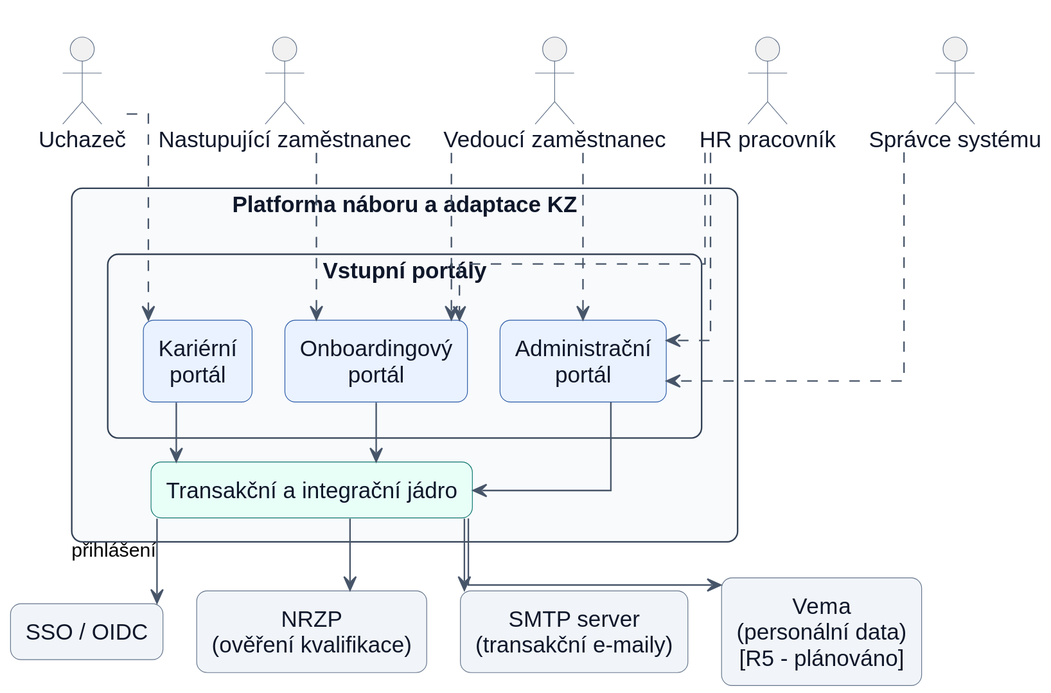
Before: procesy/architecture/system-context-overview.svg, a diagram exported from PlantUML (pavelvachaaa/diploma-thesis).
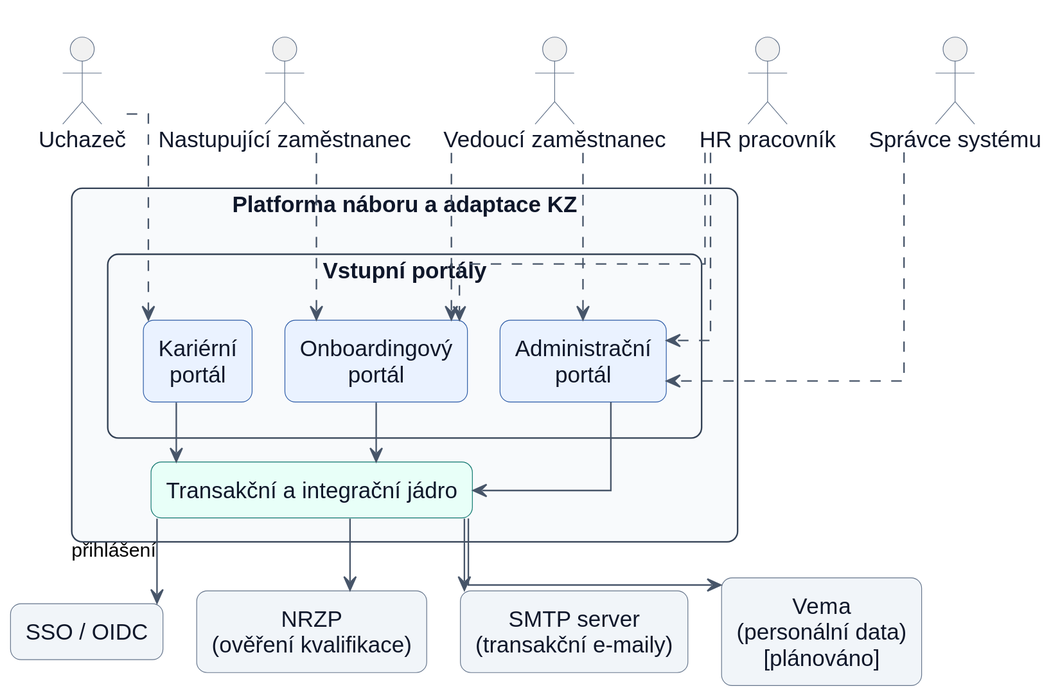
The same diagram one commit later.

Diff of the diagram source:
```diff
@@ -67,7 +67,7 @@
   rectangle "SSO / OIDC" <<external>> as SSO
   rectangle "NRZP\n(ověření kvalifikace)" <<external>> as NRZP
   rectangle "SMTP server\n(transakční e-maily)" <<external>> as SMTP
-  rectangle "Vema\n(personální data)\n[R5 - plánováno]" <<external>> as Vema
+  rectangle "Vema\n(personální data)\n[plánováno]" <<external>> as Vema
 }
 
 Candidate ..> CareerPortal
```
